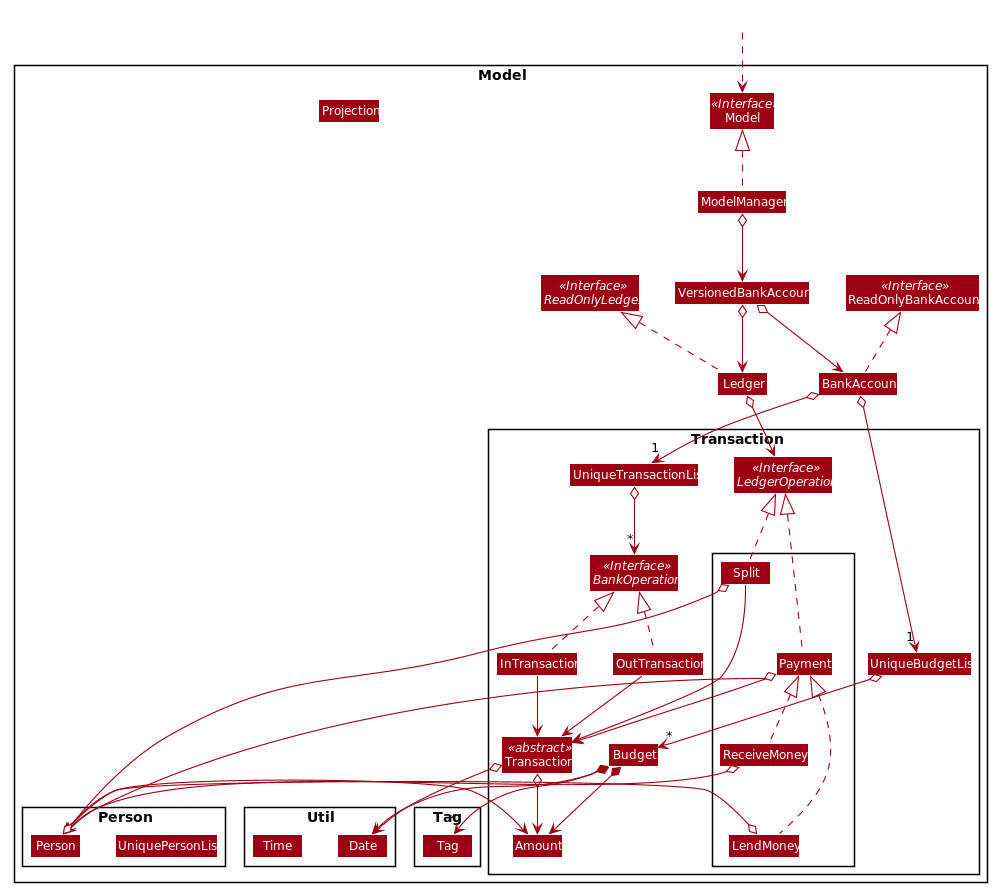
The PlantUML diagram images/ModelClassDiagram.png in AY1920S1-CS2103T-W12-3/main, before a commit. Source of this version:
```plantuml
@startuml








skinparam BackgroundColor #FFFFFFF

skinparam Shadowing false

skinparam Class {
    FontColor #FFFFFF
    BorderThickness 1
    BorderColor #FFFFFF
    StereotypeFontColor #FFFFFF
    FontName Arial
}

skinparam Actor {
    BorderColor #000000
    Color #000000
    FontName Arial
}

skinparam Sequence {
    MessageAlign center
    BoxFontSize 15
    BoxPadding 0
    BoxFontColor #FFFFFF
    FontName Arial
}

skinparam Participant {
    FontColor #FFFFFFF
    Padding 20
}

skinparam MinClassWidth 50
skinparam ParticipantPadding 10
skinparam Shadowing false
skinparam DefaultTextAlignment center
skinparam packageStyle Rectangle

hide footbox
hide members
hide circle
skinparam arrowThickness 1.1
skinparam arrowColor #9D0012
skinparam classBackgroundColor #9D0012

Package Model <<Rectangle>>{
Interface ReadOnlyBankAccount <<Interface>>
Interface Model <<Interface>>
Interface ReadOnlyLedger <<Interface>>
Class BankAccount
Class ReadOnlyBankAccount
Class Model
Class ModelManager
Class Ledger
Class Projection
Class VersionedBankAccount


Package Transaction {
Interface BankOperation <<Interface>>
Interface LedgerOperation <<Interface>>

Class Transaction <<abstract>>
Class InTransaction
Class OutTransaction

Class Budget
Class Amount

Package {
Class Split
Class LendMoney
Class Payment
Class ReceiveMoney

Split -[hidden]-> Payment
ReceiveMoney -[hidden]-> LendMoney
}

Class UniqueBudgetList
Class UniqueTransactionList

}

Package Person {
Class Person
Class UniquePersonList
Person -[hidden]right-> UniquePersonList
}


Package Util {
Class Date
Class Time
}

Package Tag {
Class Tag
}

}

Class HiddenOutside #FFFFFF
HiddenOutside ..> Model

Ledger .up.|> ReadOnlyLedger
BankAccount .up.|> ReadOnlyBankAccount

ModelManager .up.|> Model
ModelManager o--> VersionedBankAccount
VersionedBankAccount o--> BankAccount
VersionedBankAccount o--> Ledger

BankAccount o--> "1" UniqueTransactionList
UniqueTransactionList o--> "*" BankOperation

InTransaction .up.|> BankOperation
OutTransaction .up.|> BankOperation

InTransaction --> Transaction
OutTransaction --> Transaction

Transaction o--> Date
Transaction o--> Amount


Ledger o--> LedgerOperation
Split .up.|> LedgerOperation
Payment .up.|> LedgerOperation
LendMoney .up.|> Payment
ReceiveMoney .up.|> Payment

Split --> Transaction
Payment --> Transaction

Split o--> Person
Payment o--> Person
LendMoney o--> Person
ReceiveMoney o--> Person

BankAccount o--> "1" UniqueBudgetList
UniqueBudgetList o--> "*" Budget
Budget *--> Amount
Budget *--> Date
Budget *--> "*" Tag

Person o--> Amount



@enduml
```
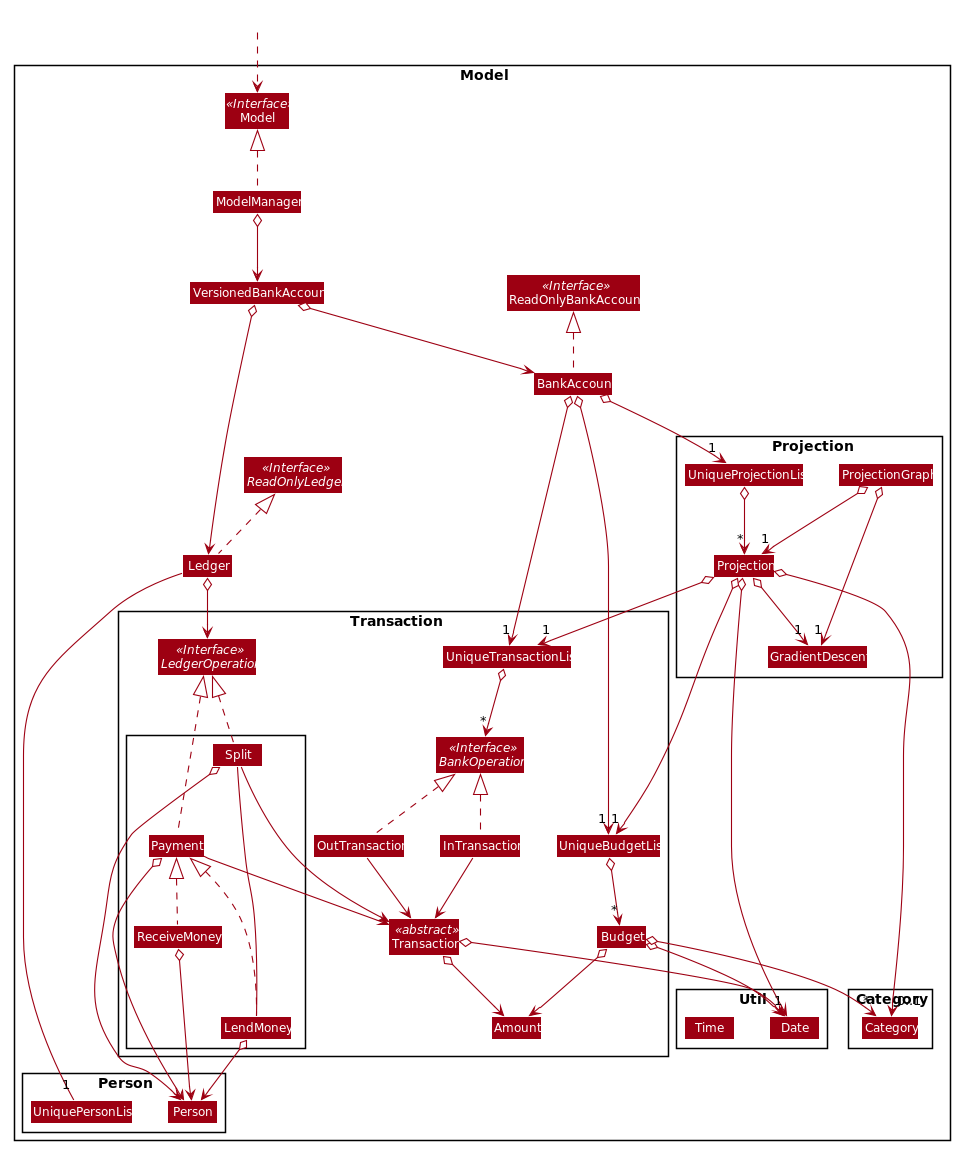
Above is the later version.

Change to the diagram source:
```diff
@@ -51,67 +51,87 @@
 skinparam arrowColor #9D0012
 skinparam classBackgroundColor #9D0012
 
-Package Model <<Rectangle>>{
-Interface ReadOnlyBankAccount <<Interface>>
-Interface Model <<Interface>>
-Interface ReadOnlyLedger <<Interface>>
-Class BankAccount
-Class ReadOnlyBankAccount
-Class Model
-Class ModelManager
-Class Ledger
-Class Projection
-Class VersionedBankAccount
+Package Model <<Rectangle>> {
+    Interface ReadOnlyBankAccount <<Interface>>
+    Interface Model <<Interface>>
+    Interface ReadOnlyLedger <<Interface>>
+    Class BankAccount
+    Class ReadOnlyBankAccount
+    Class Model
+    Class ModelManager
+    Class Ledger
+    Class VersionedBankAccount
 
 
-Package Transaction {
-Interface BankOperation <<Interface>>
-Interface LedgerOperation <<Interface>>
+    Package Transaction {
+    Interface BankOperation <<Interface>>
+    Interface LedgerOperation <<Interface>>
 
-Class Transaction <<abstract>>
-Class InTransaction
-Class OutTransaction
+    Class Transaction <<abstract>>
+    Class InTransaction
+    Class OutTransaction
 
-Class Budget
-Class Amount
+    Class Budget
+    Class Amount
 
-Package {
-Class Split
-Class LendMoney
-Class Payment
-Class ReceiveMoney
+    Package {
+    Class Split
+    Class LendMoney
+    Class Payment
+    Class ReceiveMoney
 
-Split -[hidden]-> Payment
-ReceiveMoney -[hidden]-> LendMoney
-}
+    Split -[hidden]-> Payment
+    ReceiveMoney -[hidden]-> LendMoney
+    }
 
-Class UniqueBudgetList
-Class UniqueTransactionList
+    Class UniqueBudgetList
+    Class UniqueTransactionList
 
-}
+    }
 
-Package Person {
-Class Person
-Class UniquePersonList
-Person -[hidden]right-> UniquePersonList
-}
+    Package Person {
+    Class Person
+    Class UniquePersonList
+    Person -[hidden]right-> UniquePersonList
+    }
 
 
-Package Util {
-Class Date
-Class Time
-}
+    Package Category {
+    Class Category
+    }
 
-Package Tag {
-Class Tag
-}
+    Package Util {
+    Class Date
+    Class Time
+    }
 
+    Package Category {
+    Class Category
+    }
+
+    Package Projection {
+    Class Projection
+    Class ProjectionGraph
+    Class UniqueProjectionList
+    Class GradientDescent
+
+    BankAccount o--> "1" UniqueProjectionList
+    UniqueProjectionList o--> "*" Projection
+    Projection o--> "1" GradientDescent
+    ProjectionGraph o--> "1" Projection
+    ProjectionGraph o--> "1" GradientDescent
+    Projection o--> "1" Date
+    Projection o--> "1" UniqueBudgetList
+    Projection o--> "0..1" Category
+    Projection o--> "1" UniqueTransactionList
+    }
 }
 
 Class HiddenOutside #FFFFFF
 HiddenOutside ..> Model
 
 Ledger .up.|> ReadOnlyLedger
+Ledger ---"1" UniquePersonList
 BankAccount .up.|> ReadOnlyBankAccount
 
 ModelManager .up.|> Model
@@ -140,6 +160,7 @@
 
 Split --> Transaction
 Payment --> Transaction
+Split --- LendMoney
 
 Split o--> Person
 Payment o--> Person
@@ -148,12 +169,9 @@
 
 BankAccount o--> "1" UniqueBudgetList
 UniqueBudgetList o--> "*" Budget
-Budget *--> Amount
-Budget *--> Date
-Budget *--> "*" Tag
-
-Person o--> Amount
-
+Budget o--> Amount
+Budget o--> Date
+Budget o--> "*" Category
 
 
 @enduml
```
